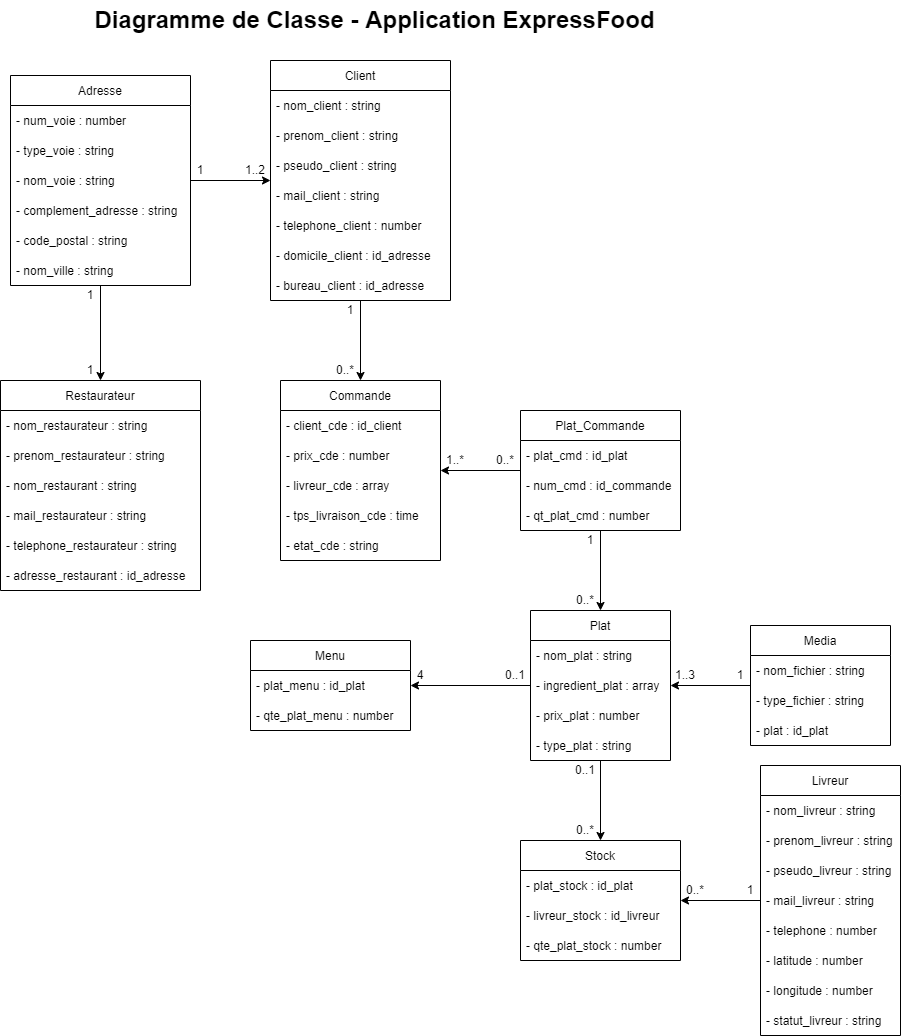
Before: P4/v2/P4_02_schemasUML/diagramme_classe.png, a diagram exported from draw.io (RemarkableCraft/OC_UML_P4). Source tidied: cells renumbered, new cells last; positions are measured from the earlier drawing's top-left corner, leaving out a move shared by most shapes.
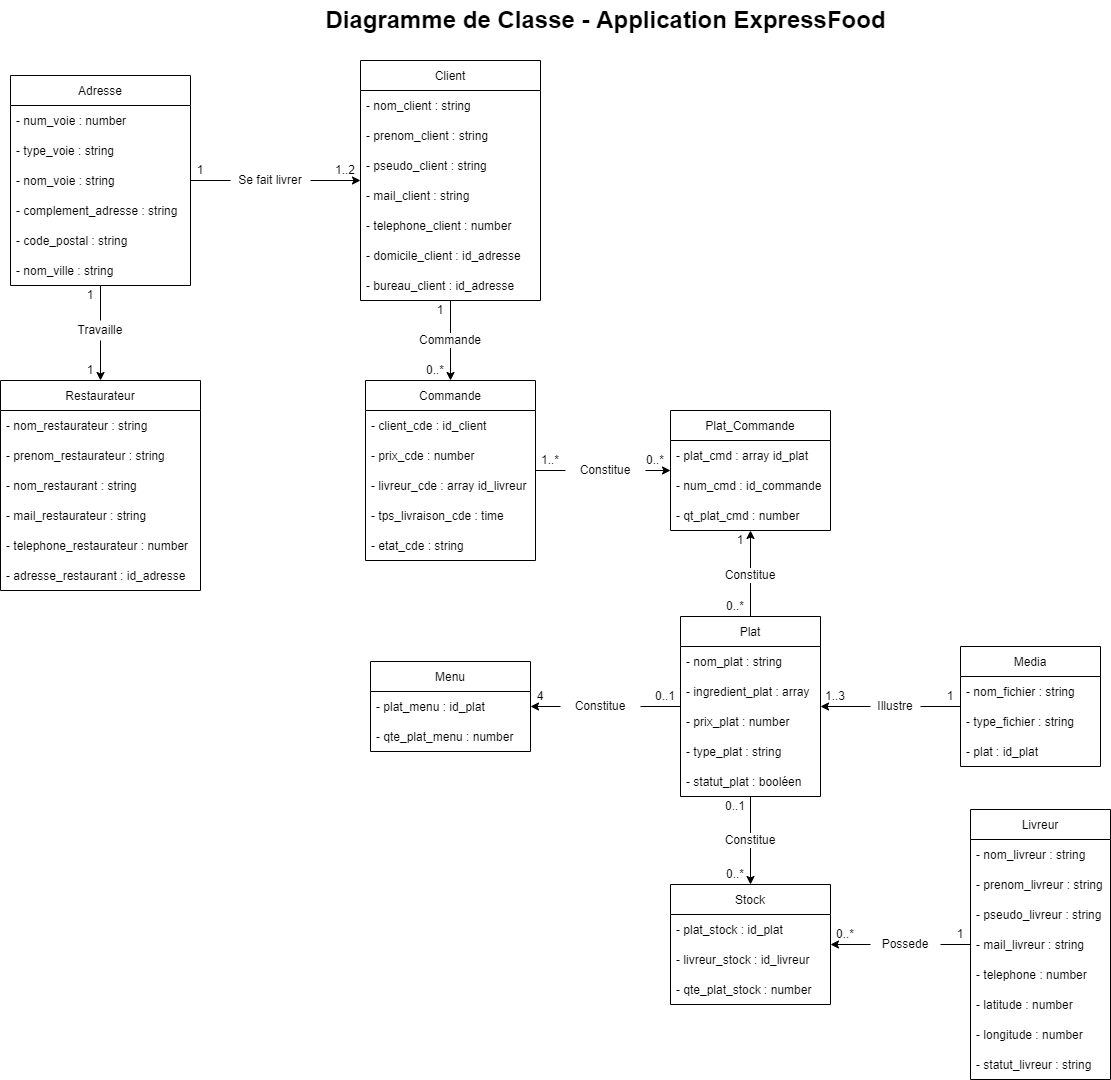
After the commit.

Commit message:
maj diagramme classe

Diff of the diagram source:
```diff
@@ -5,3 +5,3 @@
     <mxCell id="2" value="Client" style="swimlane;fontStyle=0;horizontal=1;startSize=30;" parent="1" vertex="1">
-      <mxGeometry x="270" y="60" width="180" height="240" as="geometry" />
+      <mxGeometry x="360" y="60" width="180" height="240" as="geometry" />
     </mxCell>
@@ -29,3 +29,3 @@
     <mxCell id="10" value="Livreur" style="swimlane;fontStyle=0;horizontal=1;startSize=30;" parent="1" vertex="1">
-      <mxGeometry x="760" y="765" width="140" height="270" as="geometry" />
+      <mxGeometry x="970" y="809" width="140" height="270" as="geometry" />
     </mxCell>
@@ -55,3 +55,3 @@
     </mxCell>
-    <mxCell id="19" style="edgeStyle=orthogonalEdgeStyle;rounded=0;jettySize=auto;html=1;" parent="1" edge="1" source="27" target="20">
+    <mxCell id="19" style="edgeStyle=orthogonalEdgeStyle;rounded=0;jettySize=auto;html=1;startArrow=none;" parent="1" edge="1" source="93" target="20">
       <mxGeometry relative="1" as="geometry" />
@@ -73,3 +73,3 @@
     </mxCell>
-    <mxCell id="25" value="- telephone_restaurateur : string" style="text;strokeColor=none;fillColor=none;align=left;verticalAlign=middle;spacingLeft=4;spacingRight=4;overflow=hidden;" parent="20" vertex="1">
+    <mxCell id="25" value="- telephone_restaurateur : number" style="text;strokeColor=none;fillColor=none;align=left;verticalAlign=middle;spacingLeft=4;spacingRight=4;overflow=hidden;" parent="20" vertex="1">
       <mxGeometry y="150" width="200" height="30" as="geometry" />
@@ -101,3 +101,3 @@
     <mxCell id="34" value="Plat" style="swimlane;fontStyle=0;horizontal=1;startSize=30;" parent="1" vertex="1">
-      <mxGeometry x="530" y="610" width="140" height="150" as="geometry" />
+      <mxGeometry x="680" y="616" width="140" height="180" as="geometry" />
     </mxCell>
@@ -115,4 +115,7 @@
     </mxCell>
+    <mxCell id="87" value="- statut_plat : booléen" style="text;strokeColor=none;fillColor=none;align=left;verticalAlign=middle;spacingLeft=4;spacingRight=4;overflow=hidden;" parent="34" vertex="1">
+      <mxGeometry y="150" width="140" height="30" as="geometry" />
+    </mxCell>
     <mxCell id="39" value="Media" style="swimlane;fontStyle=0;horizontal=1;startSize=30;" parent="1" vertex="1">
-      <mxGeometry x="750" y="625" width="140" height="120" as="geometry" />
+      <mxGeometry x="960" y="646" width="140" height="120" as="geometry" />
     </mxCell>
@@ -128,3 +131,3 @@
     <mxCell id="43" value="Menu" style="swimlane;fontStyle=0;horizontal=1;startSize=30;" parent="1" vertex="1">
-      <mxGeometry x="250" y="640" width="160" height="90" as="geometry" />
+      <mxGeometry x="370" y="661" width="160" height="90" as="geometry" />
     </mxCell>
@@ -137,3 +140,3 @@
     <mxCell id="46" value="Stock" style="swimlane;fontStyle=0;horizontal=1;startSize=30;" parent="1" vertex="1">
-      <mxGeometry x="520" y="840" width="160" height="120" as="geometry" />
+      <mxGeometry x="670" y="884" width="160" height="120" as="geometry" />
     </mxCell>
@@ -152,20 +155,20 @@
     <mxCell id="51" value="Commande" style="swimlane;fontStyle=0;horizontal=1;startSize=30;" parent="1" vertex="1">
-      <mxGeometry x="280" y="380" width="160" height="180" as="geometry" />
+      <mxGeometry x="365" y="380" width="170" height="180" as="geometry" />
     </mxCell>
     <mxCell id="52" value="- client_cde : id_client" style="text;strokeColor=none;fillColor=none;align=left;verticalAlign=middle;spacingLeft=4;spacingRight=4;overflow=hidden;" parent="51" vertex="1">
-      <mxGeometry y="30" width="160" height="30" as="geometry" />
+      <mxGeometry y="30" width="170" height="30" as="geometry" />
     </mxCell>
     <mxCell id="53" value="- prix_cde : number" style="text;strokeColor=none;fillColor=none;align=left;verticalAlign=middle;spacingLeft=4;spacingRight=4;overflow=hidden;" parent="51" vertex="1">
-      <mxGeometry y="60" width="160" height="30" as="geometry" />
+      <mxGeometry y="60" width="170" height="30" as="geometry" />
     </mxCell>
-    <mxCell id="54" value="- livreur_cde : array" style="text;strokeColor=none;fillColor=none;align=left;verticalAlign=middle;spacingLeft=4;spacingRight=4;overflow=hidden;" parent="51" vertex="1">
-      <mxGeometry y="90" width="160" height="30" as="geometry" />
+    <mxCell id="54" value="- livreur_cde : array id_livreur" style="text;strokeColor=none;fillColor=none;align=left;verticalAlign=middle;spacingLeft=4;spacingRight=4;overflow=hidden;" parent="51" vertex="1">
+      <mxGeometry y="90" width="170" height="30" as="geometry" />
     </mxCell>
     <mxCell id="55" value="- tps_livraison_cde : time" style="text;strokeColor=none;fillColor=none;align=left;verticalAlign=middle;spacingLeft=4;spacingRight=4;overflow=hidden;" parent="51" vertex="1">
-      <mxGeometry y="120" width="160" height="30" as="geometry" />
+      <mxGeometry y="120" width="170" height="30" as="geometry" />
     </mxCell>
     <mxCell id="56" value="- etat_cde : string" style="text;strokeColor=none;fillColor=none;align=left;verticalAlign=middle;spacingLeft=4;spacingRight=4;overflow=hidden;" parent="51" vertex="1">
-      <mxGeometry y="150" width="160" height="30" as="geometry" />
+      <mxGeometry y="150" width="170" height="30" as="geometry" />
     </mxCell>
-    <mxCell id="57" style="edgeStyle=orthogonalEdgeStyle;rounded=0;jettySize=auto;html=1;" parent="1" edge="1" source="58" target="51">
+    <mxCell id="57" style="edgeStyle=orthogonalEdgeStyle;rounded=0;jettySize=auto;html=1;startArrow=none;" parent="1" edge="1" source="95" target="58">
       <mxGeometry relative="1" as="geometry" />
@@ -173,5 +176,5 @@
     <mxCell id="58" value="Plat_Commande" style="swimlane;fontStyle=0;horizontal=1;startSize=30;" parent="1" vertex="1">
-      <mxGeometry x="520" y="410" width="160" height="120" as="geometry" />
+      <mxGeometry x="670" y="410" width="160" height="120" as="geometry" />
     </mxCell>
-    <mxCell id="59" value="- plat_cmd : id_plat" style="text;strokeColor=none;fillColor=none;align=left;verticalAlign=middle;spacingLeft=4;spacingRight=4;overflow=hidden;" parent="58" vertex="1">
+    <mxCell id="59" value="- plat_cmd : array id_plat" style="text;strokeColor=none;fillColor=none;align=left;verticalAlign=middle;spacingLeft=4;spacingRight=4;overflow=hidden;" parent="58" vertex="1">
       <mxGeometry y="30" width="160" height="30" as="geometry" />
@@ -184,11 +187,11 @@
     </mxCell>
-    <mxCell id="62" style="edgeStyle=orthogonalEdgeStyle;rounded=0;jettySize=auto;html=1;" parent="1" edge="1" source="27" target="2">
-      <mxGeometry relative="1" as="geometry" />
-    </mxCell>
-    <mxCell id="63" style="edgeStyle=orthogonalEdgeStyle;rounded=0;jettySize=auto;html=1;" parent="1" edge="1" source="58" target="34">
+    <mxCell id="63" style="edgeStyle=orthogonalEdgeStyle;rounded=0;jettySize=auto;html=1;" parent="1" edge="1" source="34" target="58">
       <mxGeometry relative="1" as="geometry" />
     </mxCell>
-    <mxCell id="64" style="edgeStyle=orthogonalEdgeStyle;rounded=0;jettySize=auto;html=1;" parent="1" edge="1" source="34" target="43">
+    <mxCell id="64" style="edgeStyle=orthogonalEdgeStyle;rounded=0;jettySize=auto;html=1;startArrow=none;" parent="1" edge="1" source="97" target="43">
       <mxGeometry relative="1" as="geometry" />
     </mxCell>
+    <mxCell id="62" style="rounded=0;jettySize=auto;html=1;startArrow=none;" parent="1" edge="1" source="91" target="2">
+      <mxGeometry relative="1" as="geometry" />
+    </mxCell>
     <mxCell id="65" style="edgeStyle=orthogonalEdgeStyle;rounded=0;jettySize=auto;html=1;" parent="1" edge="1" source="34" target="46">
@@ -196,6 +199,6 @@
     </mxCell>
-    <mxCell id="66" style="edgeStyle=orthogonalEdgeStyle;rounded=0;jettySize=auto;html=1;" parent="1" edge="1" source="10" target="46">
+    <mxCell id="66" style="edgeStyle=orthogonalEdgeStyle;rounded=0;jettySize=auto;html=1;startArrow=none;" parent="1" edge="1" source="101" target="46">
       <mxGeometry relative="1" as="geometry" />
     </mxCell>
-    <mxCell id="67" style="edgeStyle=orthogonalEdgeStyle;rounded=0;jettySize=auto;html=1;" parent="1" edge="1" source="39" target="34">
+    <mxCell id="67" style="edgeStyle=orthogonalEdgeStyle;rounded=0;jettySize=auto;html=1;startArrow=none;" parent="1" edge="1" source="99" target="34">
       <mxGeometry relative="1" as="geometry" />
@@ -212,49 +215,94 @@
     <mxCell id="71" value="1" style="text;html=1;strokeColor=none;fillColor=none;align=center;verticalAlign=middle;whiteSpace=wrap;rounded=0;" parent="1" vertex="1">
-      <mxGeometry x="340" y="300" width="20" height="20" as="geometry" />
+      <mxGeometry x="430" y="300" width="20" height="20" as="geometry" />
     </mxCell>
     <mxCell id="72" value="1" style="text;html=1;strokeColor=none;fillColor=none;align=center;verticalAlign=middle;whiteSpace=wrap;rounded=0;" parent="1" vertex="1">
-      <mxGeometry x="580" y="530" width="20" height="20" as="geometry" />
+      <mxGeometry x="730" y="530" width="20" height="20" as="geometry" />
     </mxCell>
     <mxCell id="73" value="1" style="text;html=1;strokeColor=none;fillColor=none;align=center;verticalAlign=middle;whiteSpace=wrap;rounded=0;" parent="1" vertex="1">
-      <mxGeometry x="730" y="665" width="20" height="20" as="geometry" />
+      <mxGeometry x="940" y="686" width="20" height="20" as="geometry" />
     </mxCell>
     <mxCell id="74" value="1" style="text;html=1;strokeColor=none;fillColor=none;align=center;verticalAlign=middle;whiteSpace=wrap;rounded=0;" parent="1" vertex="1">
-      <mxGeometry x="740" y="880" width="20" height="20" as="geometry" />
+      <mxGeometry x="950" y="924" width="20" height="20" as="geometry" />
     </mxCell>
     <mxCell id="75" value="4" style="text;html=1;strokeColor=none;fillColor=none;align=center;verticalAlign=middle;whiteSpace=wrap;rounded=0;" parent="1" vertex="1">
-      <mxGeometry x="410" y="665" width="20" height="20" as="geometry" />
+      <mxGeometry x="530" y="686" width="20" height="20" as="geometry" />
     </mxCell>
     <mxCell id="76" value="1..2" style="text;html=1;strokeColor=none;fillColor=none;align=center;verticalAlign=middle;whiteSpace=wrap;rounded=0;" parent="1" vertex="1">
-      <mxGeometry x="240" y="160" width="30" height="20" as="geometry" />
+      <mxGeometry x="330" y="160" width="30" height="20" as="geometry" />
     </mxCell>
     <mxCell id="77" value="0..*&lt;span style=&quot;color: rgba(0 , 0 , 0 , 0) ; font-family: monospace ; font-size: 0px&quot;&gt;%3CmxGraphModel%3E%3Croot%3E%3CmxCell%20id%3D%220%22%2F%3E%3CmxCell%20id%3D%221%22%20parent%3D%220%22%2F%3E%3CmxCell%20id%3D%222%22%20value%3D%221..2%22%20style%3D%22text%3Bhtml%3D1%3BstrokeColor%3Dnone%3BfillColor%3Dnone%3Balign%3Dcenter%3BverticalAlign%3Dmiddle%3BwhiteSpace%3Dwrap%3Brounded%3D0%3B%22%20vertex%3D%221%22%20parent%3D%221%22%3E%3CmxGeometry%20x%3D%22360%22%20y%3D%22260%22%20width%3D%2230%22%20height%3D%2220%22%20as%3D%22geometry%22%2F%3E%3C%2FmxCell%3E%3C%2Froot%3E%3C%2FmxGraphModel%3E&lt;/span&gt;" style="text;html=1;strokeColor=none;fillColor=none;align=center;verticalAlign=middle;whiteSpace=wrap;rounded=0;" parent="1" vertex="1">
-      <mxGeometry x="330" y="360" width="30" height="20" as="geometry" />
+      <mxGeometry x="420" y="360" width="30" height="20" as="geometry" />
     </mxCell>
     <mxCell id="78" value="1..*" style="text;html=1;strokeColor=none;fillColor=none;align=center;verticalAlign=middle;whiteSpace=wrap;rounded=0;" parent="1" vertex="1">
-      <mxGeometry x="440" y="450" width="30" height="20" as="geometry" />
+      <mxGeometry x="535" y="450" width="30" height="20" as="geometry" />
     </mxCell>
     <mxCell id="79" value="0..*" style="text;html=1;strokeColor=none;fillColor=none;align=center;verticalAlign=middle;whiteSpace=wrap;rounded=0;" parent="1" vertex="1">
-      <mxGeometry x="490" y="450" width="30" height="20" as="geometry" />
+      <mxGeometry x="640" y="450" width="30" height="20" as="geometry" />
     </mxCell>
     <mxCell id="80" value="1..3" style="text;html=1;strokeColor=none;fillColor=none;align=center;verticalAlign=middle;whiteSpace=wrap;rounded=0;" parent="1" vertex="1">
-      <mxGeometry x="670" y="665" width="30" height="20" as="geometry" />
+      <mxGeometry x="820" y="686" width="30" height="20" as="geometry" />
     </mxCell>
     <mxCell id="81" value="0..*" style="text;html=1;strokeColor=none;fillColor=none;align=center;verticalAlign=middle;whiteSpace=wrap;rounded=0;" parent="1" vertex="1">
-      <mxGeometry x="570" y="590" width="30" height="20" as="geometry" />
+      <mxGeometry x="720" y="596" width="30" height="20" as="geometry" />
     </mxCell>
     <mxCell id="82" value="0..*" style="text;html=1;strokeColor=none;fillColor=none;align=center;verticalAlign=middle;whiteSpace=wrap;rounded=0;" parent="1" vertex="1">
-      <mxGeometry x="570" y="820" width="30" height="20" as="geometry" />
+      <mxGeometry x="720" y="864" width="30" height="20" as="geometry" />
     </mxCell>
     <mxCell id="83" value="0..1" style="text;html=1;strokeColor=none;fillColor=none;align=center;verticalAlign=middle;whiteSpace=wrap;rounded=0;" parent="1" vertex="1">
-      <mxGeometry x="570" y="760" width="30" height="20" as="geometry" />
+      <mxGeometry x="720" y="796" width="30" height="20" as="geometry" />
     </mxCell>
     <mxCell id="84" value="0..1" style="text;html=1;strokeColor=none;fillColor=none;align=center;verticalAlign=middle;whiteSpace=wrap;rounded=0;" parent="1" vertex="1">
-      <mxGeometry x="500" y="665" width="30" height="20" as="geometry" />
+      <mxGeometry x="650" y="686" width="30" height="20" as="geometry" />
     </mxCell>
     <mxCell id="85" value="0..*" style="text;html=1;strokeColor=none;fillColor=none;align=center;verticalAlign=middle;whiteSpace=wrap;rounded=0;" parent="1" vertex="1">
-      <mxGeometry x="680" y="880" width="30" height="20" as="geometry" />
+      <mxGeometry x="830" y="924" width="30" height="20" as="geometry" />
     </mxCell>
     <mxCell id="86" value="Diagramme de Classe - Application ExpressFood" style="text;strokeColor=none;fillColor=none;html=1;fontSize=24;fontStyle=1;verticalAlign=middle;align=center;" parent="1" vertex="1">
-      <mxGeometry x="324" width="100" height="40" as="geometry" />
+      <mxGeometry x="555" width="100" height="40" as="geometry" />
     </mxCell>
+    <mxCell id="88" value="Commande" style="text;html=1;align=center;verticalAlign=middle;whiteSpace=wrap;rounded=0;fillColor=none;strokeColor=none;labelBackgroundColor=default;" parent="1" vertex="1">
+      <mxGeometry x="410" y="330" width="80" height="20" as="geometry" />
+    </mxCell>
+    <mxCell id="89" value="Constitue" style="text;html=1;align=center;verticalAlign=middle;whiteSpace=wrap;rounded=0;fillColor=none;strokeColor=none;labelBackgroundColor=default;" parent="1" vertex="1">
+      <mxGeometry x="710" y="564.5" width="80" height="20" as="geometry" />
+    </mxCell>
+    <mxCell id="90" value="Constitue" style="text;html=1;align=center;verticalAlign=middle;whiteSpace=wrap;rounded=0;fillColor=none;strokeColor=none;labelBackgroundColor=default;" parent="1" vertex="1">
+      <mxGeometry x="710" y="830" width="80" height="20" as="geometry" />
+    </mxCell>
+    <mxCell id="91" value="Se fait livrer" style="text;html=1;align=center;verticalAlign=middle;whiteSpace=wrap;rounded=0;fillColor=none;strokeColor=none;labelBackgroundColor=default;" parent="1" vertex="1">
+      <mxGeometry x="230" y="170" width="80" height="20" as="geometry" />
+    </mxCell>
+    <mxCell id="92" style="rounded=0;jettySize=auto;html=1;endArrow=none;" parent="1" edge="1" source="27" target="91">
+      <mxGeometry relative="1" as="geometry" />
+    </mxCell>
+    <mxCell id="93" value="Travaille" style="text;html=1;align=center;verticalAlign=middle;whiteSpace=wrap;rounded=0;fillColor=none;strokeColor=none;labelBackgroundColor=default;" parent="1" vertex="1">
+      <mxGeometry x="70" y="320" width="60" height="20" as="geometry" />
+    </mxCell>
+    <mxCell id="94" style="edgeStyle=orthogonalEdgeStyle;rounded=0;jettySize=auto;html=1;endArrow=none;" parent="1" edge="1" source="27" target="93">
+      <mxGeometry relative="1" as="geometry" />
+    </mxCell>
+    <mxCell id="95" value="Constitue" style="text;html=1;align=center;verticalAlign=middle;whiteSpace=wrap;rounded=0;fillColor=none;strokeColor=none;labelBackgroundColor=default;" parent="1" vertex="1">
+      <mxGeometry x="565" y="460" width="80" height="20" as="geometry" />
+    </mxCell>
+    <mxCell id="96" style="edgeStyle=orthogonalEdgeStyle;rounded=0;jettySize=auto;html=1;endArrow=none;" parent="1" edge="1" source="51" target="95">
+      <mxGeometry relative="1" as="geometry" />
+    </mxCell>
+    <mxCell id="97" value="Constitue" style="text;html=1;align=center;verticalAlign=middle;whiteSpace=wrap;rounded=0;fillColor=none;strokeColor=none;labelBackgroundColor=default;" parent="1" vertex="1">
+      <mxGeometry x="560" y="696" width="80" height="20" as="geometry" />
+    </mxCell>
+    <mxCell id="98" style="edgeStyle=orthogonalEdgeStyle;rounded=0;jettySize=auto;html=1;endArrow=none;" parent="1" edge="1" source="34" target="97">
+      <mxGeometry relative="1" as="geometry" />
+    </mxCell>
+    <mxCell id="99" value="Illustre" style="text;html=1;align=center;verticalAlign=middle;whiteSpace=wrap;rounded=0;fillColor=none;strokeColor=none;labelBackgroundColor=default;" parent="1" vertex="1">
+      <mxGeometry x="870" y="696" width="50" height="20" as="geometry" />
+    </mxCell>
+    <mxCell id="100" style="edgeStyle=orthogonalEdgeStyle;rounded=0;jettySize=auto;html=1;endArrow=none;" parent="1" edge="1" source="39" target="99">
+      <mxGeometry relative="1" as="geometry" />
+    </mxCell>
+    <mxCell id="101" value="Possede" style="text;html=1;align=center;verticalAlign=middle;whiteSpace=wrap;rounded=0;fillColor=none;strokeColor=none;labelBackgroundColor=default;" parent="1" vertex="1">
+      <mxGeometry x="870" y="934" width="70" height="20" as="geometry" />
+    </mxCell>
+    <mxCell id="102" style="edgeStyle=orthogonalEdgeStyle;rounded=0;jettySize=auto;html=1;endArrow=none;" parent="1" edge="1" source="10" target="101">
+      <mxGeometry relative="1" as="geometry" />
+    </mxCell>
   </root>
```
